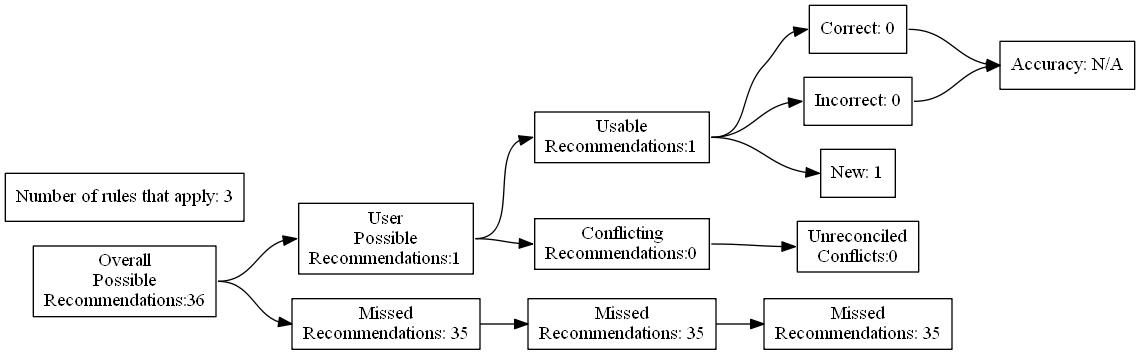
The Graphviz diagram test_renders/79.gv.png in ZaxR/ibd_diet_analysis, before a commit. Its source is kept beside it as test_renders/79.gv.
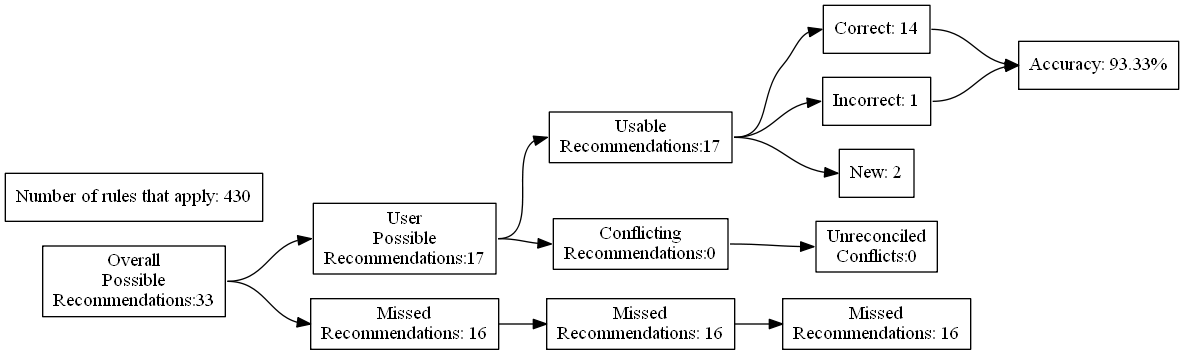
Above is the later version.

What changed in the source:
```diff
@@ -4,27 +4,27 @@
 	edge [headport=w tailport=e]
 		A [label="Overall
 Possible
-Recommendations:36"]
+Recommendations:33"]
 		B [label="User
 Possible
-Recommendations:1"]
+Recommendations:17"]
 		C [label="Missed
-Recommendations: 35"]
+Recommendations: 16"]
 		D [label="Usable
-Recommendations:1"]
+Recommendations:17"]
 		E [label="Conflicting
 Recommendations:0"]
 		J [label="Missed
-Recommendations: 35"]
+Recommendations: 16"]
 		M [label="Unreconciled
 Conflicts:0"]
-		F [label="Correct: 0"]
-		G [label="Incorrect: 0"]
-		H [label="New: 1"]
+		F [label="Correct: 14"]
+		G [label="Incorrect: 1"]
+		H [label="New: 2"]
 		K [label="Missed
-Recommendations: 35"]
-		I [label="Accuracy: N/A"]
-		l [label="Number of rules that apply: 3"]
+Recommendations: 16"]
+		I [label="Accuracy: 93.33%"]
+		l [label="Number of rules that apply: 430"]
 			A -> B
 			A -> C
 			B -> D
```
